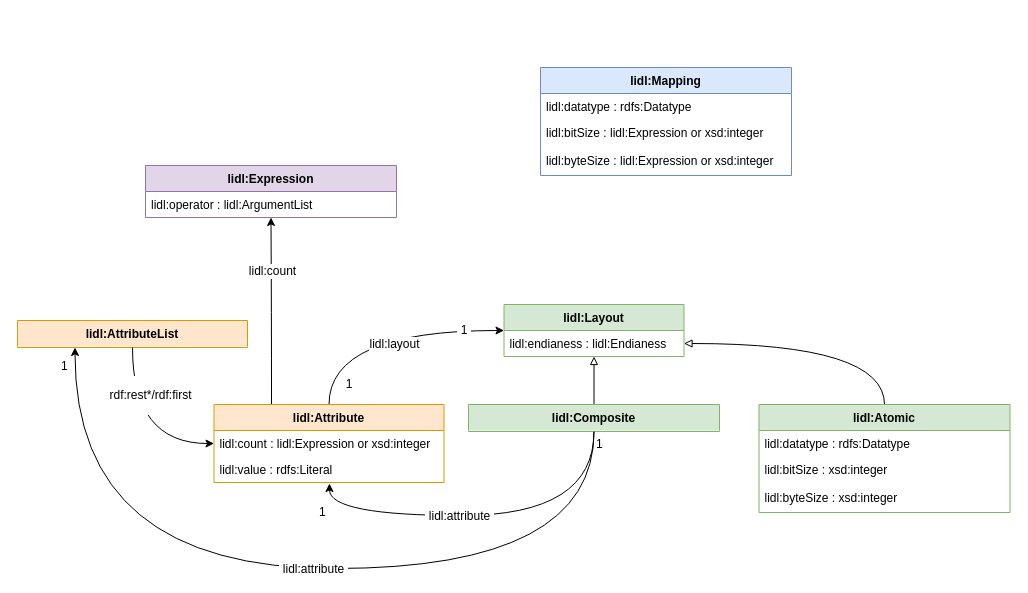
Before: page "Domain Diagram" (1 of 4) of assets/images/lidl.drawio in linkeddatalayouts/linkeddatalayouts.github.io, a draw.io diagram. Source tidied: cells renumbered, new cells numbered last; positions are measured from the earlier drawing's top-left corner, leaving out a move shared by most shapes. Both pictures are drawn from the tidied source at 100%, with x=0, y=0 at pixel (17, 67).
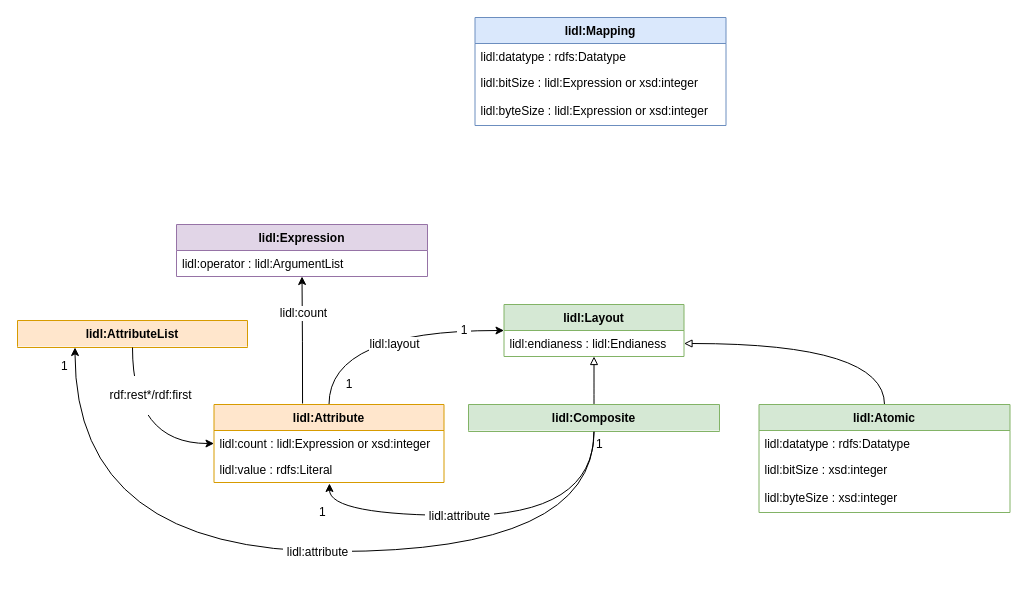
The same page after the edit.

Unchanged cells that the change refers to:
```xml
<mxCell id="14" value="lidl:Attribute" style="swimlane;fontStyle=1;horizontal=1;startSize=26;fillColor=#ffe6cc;rounded=0;shadow=0;comic=0;glass=0;strokeColor=#d79b00;" parent="1" vertex="1">
  <mxGeometry x="196.5" y="337" width="230" height="78" as="geometry" />
</mxCell>
<mxCell id="28" value="lidl:Composite" style="swimlane;fontStyle=1;horizontal=1;startSize=26;fillColor=#d5e8d4;rounded=0;shadow=0;comic=0;glass=0;strokeColor=#82b366;swimlaneLine=0;" parent="1" vertex="1">
  <mxGeometry x="451" y="337" width="251" height="27" as="geometry" />
</mxCell>
<mxCell id="29" value="lidl:AttributeList" style="swimlane;fontStyle=1;horizontal=1;startSize=26;fillColor=#ffe6cc;rounded=0;shadow=0;comic=0;glass=0;strokeColor=#d79b00;swimlaneLine=0;" parent="1" vertex="1">
  <mxGeometry y="253" width="230" height="27" as="geometry" />
</mxCell>
```

Diff of the diagram source:
```diff
@@
-    <mxCell id="12" style="edgeStyle=orthogonalEdgeStyle;curved=1;rounded=0;jettySize=auto;html=1;exitX=0.25;exitY=0;exitDx=0;exitDy=0;startArrow=none;startFill=0;endArrow=classic;endFill=1;strokeWidth=1;" parent="1" edge="1" source="14" target="22">
+    <mxCell id="12" style="edgeStyle=orthogonalEdgeStyle;curved=1;rounded=0;jettySize=auto;html=1;exitX=0.385;exitY=-0.013;exitDx=0;exitDy=0;startArrow=none;startFill=0;endArrow=classic;endFill=1;strokeWidth=1;exitPerimeter=0;" parent="1" edge="1" source="14" target="22">
       <mxGeometry relative="1" as="geometry" />
     </mxCell>
@@
     <mxCell id="22" value="lidl:Expression" style="swimlane;fontStyle=1;horizontal=1;startSize=26;fillColor=#e1d5e7;rounded=0;shadow=0;comic=0;glass=0;strokeColor=#9673a6;" parent="1" vertex="1">
-      <mxGeometry x="128" y="98" width="251" height="52" as="geometry" />
+      <mxGeometry x="159" y="157" width="251" height="52" as="geometry" />
     </mxCell>
@@
     <mxCell id="24" value="lidl:Mapping" style="swimlane;fontStyle=1;horizontal=1;startSize=26;fillColor=#dae8fc;rounded=0;shadow=0;comic=0;glass=0;strokeColor=#6c8ebf;" parent="1" vertex="1">
-      <mxGeometry x="523" width="251" height="108" as="geometry" />
+      <mxGeometry x="457.5" y="-50" width="251" height="108" as="geometry" />
     </mxCell>
@@
     <mxCell id="32" style="edgeStyle=orthogonalEdgeStyle;curved=1;rounded=0;jettySize=auto;html=1;exitX=0.5;exitY=1;exitDx=0;exitDy=0;endArrow=classic;endFill=1;entryX=0.25;entryY=1;entryDx=0;entryDy=0;" parent="1" edge="1" source="28" target="29">
       <mxGeometry relative="1" as="geometry">
         <Array as="points">
-          <mxPoint x="577" y="501" />
-          <mxPoint x="58" y="501" />
+          <mxPoint x="577" y="484" />
+          <mxPoint x="58" y="484" />
         </Array>
       </mxGeometry>
     </mxCell>
```
